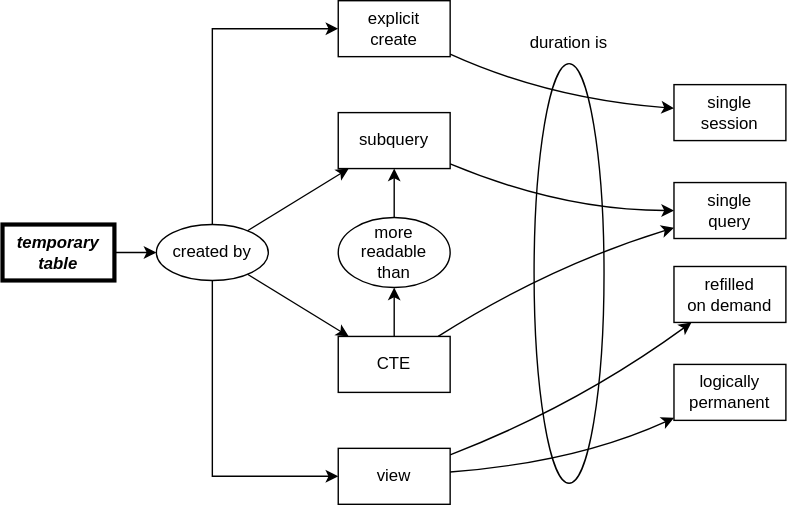
gvwilson/sql-tutorial keeps this draw.io diagram as docs/img/concept_map_temp.svg. Above is the earlier version. Source tidied: cells renumbered, new cells last; positions are measured from the earlier drawing's top-left corner, leaving out a move shared by most shapes.
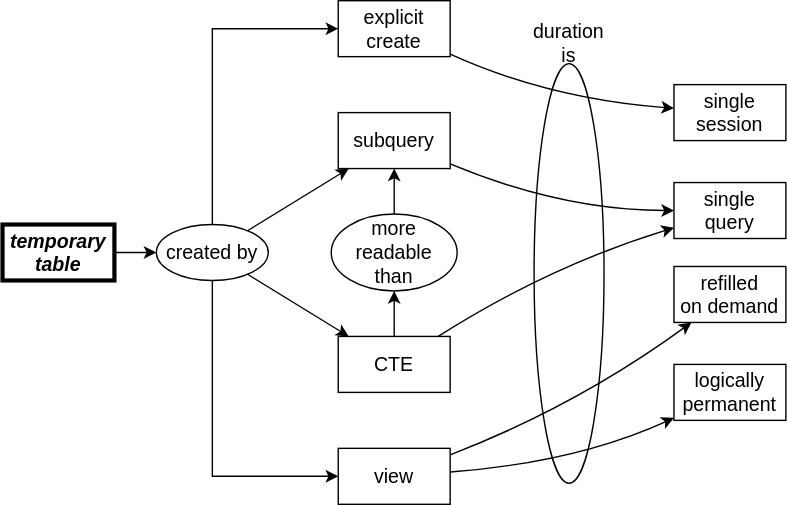
Above is the later version.

Change to the diagram source:
```diff
@@ -2,110 +2,110 @@
   <root>
     <mxCell id="0" />
     <mxCell id="1" parent="0" />
-    <mxCell id="2" value="CTE" style="rounded=0;whiteSpace=wrap;html=1;fillColor=none;fontFamily=Helvetica;" parent="1" vertex="1">
+    <mxCell id="2" value="CTE" style="rounded=0;whiteSpace=wrap;html=1;fillColor=none;fontFamily=Helvetica;fontSize=14;" parent="1" vertex="1">
       <mxGeometry x="240" y="240" width="80" height="40" as="geometry" />
     </mxCell>
-    <mxCell id="3" style="edgeStyle=orthogonalEdgeStyle;rounded=0;orthogonalLoop=1;jettySize=auto;html=1;exitX=0.5;exitY=1;exitDx=0;exitDy=0;fontFamily=Helvetica;" parent="1" edge="1" source="2" target="2">
+    <mxCell id="3" style="edgeStyle=orthogonalEdgeStyle;rounded=0;orthogonalLoop=1;jettySize=auto;html=1;exitX=0.5;exitY=1;exitDx=0;exitDy=0;fontFamily=Helvetica;fontSize=14;" parent="1" edge="1" source="2" target="2">
       <mxGeometry relative="1" as="geometry" />
     </mxCell>
-    <mxCell id="4" value="&lt;i&gt;&lt;b&gt;temporary&lt;br&gt;table&lt;/b&gt;&lt;/i&gt;" style="rounded=0;whiteSpace=wrap;html=1;fillColor=none;fontFamily=Helvetica;strokeWidth=3;" parent="1" vertex="1">
+    <mxCell id="4" value="&lt;i style=&quot;font-size: 14px;&quot;&gt;&lt;b style=&quot;font-size: 14px;&quot;&gt;temporary&lt;br style=&quot;font-size: 14px;&quot;&gt;table&lt;/b&gt;&lt;/i&gt;" style="rounded=0;whiteSpace=wrap;html=1;fillColor=none;fontFamily=Helvetica;strokeWidth=3;fontSize=14;" parent="1" vertex="1">
       <mxGeometry y="160" width="80" height="40" as="geometry" />
     </mxCell>
-    <mxCell id="5" value="created by" style="ellipse;whiteSpace=wrap;html=1;fillColor=none;fontFamily=Helvetica;" parent="1" vertex="1">
+    <mxCell id="5" value="created by" style="ellipse;whiteSpace=wrap;html=1;fillColor=none;fontFamily=Helvetica;fontSize=14;" parent="1" vertex="1">
       <mxGeometry x="110" y="160" width="80" height="40" as="geometry" />
     </mxCell>
-    <mxCell id="6" style="endArrow=classic;html=1;rounded=0;fontFamily=Helvetica;" parent="1" edge="1" source="4" target="5">
+    <mxCell id="6" style="endArrow=classic;html=1;rounded=0;fontFamily=Helvetica;fontSize=14;" parent="1" edge="1" source="4" target="5">
       <mxGeometry relative="1" as="geometry" />
     </mxCell>
-    <mxCell id="7" style="endArrow=classic;html=1;rounded=0;fontFamily=Helvetica;" parent="1" edge="1" source="5" target="2">
+    <mxCell id="7" style="endArrow=classic;html=1;rounded=0;fontFamily=Helvetica;fontSize=14;" parent="1" edge="1" source="5" target="2">
       <mxGeometry relative="1" as="geometry" />
     </mxCell>
-    <mxCell id="8" value="view" style="rounded=0;whiteSpace=wrap;html=1;fillColor=none;fontFamily=Helvetica;" parent="1" vertex="1">
+    <mxCell id="8" value="view" style="rounded=0;whiteSpace=wrap;html=1;fillColor=none;fontFamily=Helvetica;fontSize=14;" parent="1" vertex="1">
       <mxGeometry x="240" y="320" width="80" height="40" as="geometry" />
     </mxCell>
-    <mxCell id="9" value="explicit&lt;br&gt;create" style="rounded=0;whiteSpace=wrap;html=1;fillColor=none;fontFamily=Helvetica;" parent="1" vertex="1">
+    <mxCell id="9" value="explicit&lt;br style=&quot;font-size: 14px;&quot;&gt;create" style="rounded=0;whiteSpace=wrap;html=1;fillColor=none;fontFamily=Helvetica;fontSize=14;" parent="1" vertex="1">
       <mxGeometry x="240" width="80" height="40" as="geometry" />
     </mxCell>
-    <mxCell id="10" style="endArrow=classic;html=1;rounded=0;fontFamily=Helvetica;" parent="1" edge="1" source="5" target="8">
+    <mxCell id="10" style="endArrow=classic;html=1;rounded=0;fontFamily=Helvetica;fontSize=14;" parent="1" edge="1" source="5" target="8">
       <mxGeometry relative="1" as="geometry">
         <Array as="points">
           <mxPoint x="150" y="340" />
         </Array>
       </mxGeometry>
     </mxCell>
-    <mxCell id="11" style="endArrow=classic;html=1;rounded=0;fontFamily=Helvetica;" parent="1" edge="1" source="5" target="9">
+    <mxCell id="11" style="endArrow=classic;html=1;rounded=0;fontFamily=Helvetica;fontSize=14;" parent="1" edge="1" source="5" target="9">
       <mxGeometry relative="1" as="geometry">
         <Array as="points">
           <mxPoint x="150" y="20" />
         </Array>
       </mxGeometry>
     </mxCell>
-    <mxCell id="12" value="subquery" style="rounded=0;whiteSpace=wrap;html=1;fillColor=none;fontFamily=Helvetica;" parent="1" vertex="1">
+    <mxCell id="12" value="subquery" style="rounded=0;whiteSpace=wrap;html=1;fillColor=none;fontFamily=Helvetica;fontSize=14;" parent="1" vertex="1">
       <mxGeometry x="240" y="80" width="80" height="40" as="geometry" />
     </mxCell>
-    <mxCell id="13" style="endArrow=classic;html=1;rounded=0;fontFamily=Helvetica;" parent="1" edge="1" source="5" target="12">
+    <mxCell id="13" style="endArrow=classic;html=1;rounded=0;fontFamily=Helvetica;fontSize=14;" parent="1" edge="1" source="5" target="12">
       <mxGeometry relative="1" as="geometry" />
     </mxCell>
-    <mxCell id="14" value="more&lt;br&gt;readable&lt;br&gt;than" style="ellipse;whiteSpace=wrap;html=1;fillColor=none;fontFamily=Helvetica;" parent="1" vertex="1">
-      <mxGeometry x="240" y="155" width="80" height="50" as="geometry" />
+    <mxCell id="14" value="more&lt;br style=&quot;font-size: 14px;&quot;&gt;readable&lt;br style=&quot;font-size: 14px;&quot;&gt;than" style="ellipse;whiteSpace=wrap;html=1;fillColor=none;fontFamily=Helvetica;fontSize=14;" parent="1" vertex="1">
+      <mxGeometry x="235" y="152.5" width="90" height="55" as="geometry" />
     </mxCell>
-    <mxCell id="15" style="endArrow=classic;html=1;rounded=0;fontFamily=Helvetica;" parent="1" edge="1" source="2" target="14">
+    <mxCell id="15" style="endArrow=classic;html=1;rounded=0;fontFamily=Helvetica;fontSize=14;" parent="1" edge="1" source="2" target="14">
       <mxGeometry relative="1" as="geometry" />
     </mxCell>
-    <mxCell id="16" style="endArrow=classic;html=1;rounded=0;fontFamily=Helvetica;" parent="1" edge="1" source="14" target="12">
+    <mxCell id="16" style="endArrow=classic;html=1;rounded=0;fontFamily=Helvetica;fontSize=14;" parent="1" edge="1" source="14" target="12">
       <mxGeometry relative="1" as="geometry" />
     </mxCell>
-    <mxCell id="17" value="single&lt;br&gt;query" style="rounded=0;whiteSpace=wrap;html=1;fillColor=none;fontFamily=Helvetica;" parent="1" vertex="1">
+    <mxCell id="17" value="single&lt;br style=&quot;font-size: 14px;&quot;&gt;query" style="rounded=0;whiteSpace=wrap;html=1;fillColor=none;fontFamily=Helvetica;fontSize=14;" parent="1" vertex="1">
       <mxGeometry x="480" y="130" width="80" height="40" as="geometry" />
     </mxCell>
-    <mxCell id="18" value="single&lt;br&gt;session" style="rounded=0;whiteSpace=wrap;html=1;fillColor=none;fontFamily=Helvetica;" parent="1" vertex="1">
+    <mxCell id="18" value="single&lt;br style=&quot;font-size: 14px;&quot;&gt;session" style="rounded=0;whiteSpace=wrap;html=1;fillColor=none;fontFamily=Helvetica;fontSize=14;" parent="1" vertex="1">
       <mxGeometry x="480" y="60" width="80" height="40" as="geometry" />
     </mxCell>
-    <mxCell id="19" value="logically&lt;br&gt;permanent" style="rounded=0;whiteSpace=wrap;html=1;fillColor=none;fontFamily=Helvetica;" parent="1" vertex="1">
+    <mxCell id="19" value="logically&lt;br style=&quot;font-size: 14px;&quot;&gt;permanent" style="rounded=0;whiteSpace=wrap;html=1;fillColor=none;fontFamily=Helvetica;fontSize=14;" parent="1" vertex="1">
       <mxGeometry x="480" y="260" width="80" height="40" as="geometry" />
     </mxCell>
-    <mxCell id="20" value="refilled&lt;br&gt;on demand" style="rounded=0;whiteSpace=wrap;html=1;fillColor=none;fontFamily=Helvetica;" parent="1" vertex="1">
+    <mxCell id="20" value="refilled&lt;br style=&quot;font-size: 14px;&quot;&gt;on demand" style="rounded=0;whiteSpace=wrap;html=1;fillColor=none;fontFamily=Helvetica;fontSize=14;" parent="1" vertex="1">
       <mxGeometry x="480" y="190" width="80" height="40" as="geometry" />
     </mxCell>
-    <mxCell id="21" style="endArrow=classic;html=1;rounded=0;curved=1;" parent="1" edge="1" source="9" target="18">
+    <mxCell id="21" style="endArrow=classic;html=1;rounded=0;curved=1;fontSize=14;" parent="1" edge="1" source="9" target="18">
       <mxGeometry relative="1" as="geometry">
         <Array as="points">
           <mxPoint x="390" y="70" />
         </Array>
       </mxGeometry>
     </mxCell>
-    <mxCell id="22" style="endArrow=classic;html=1;rounded=0;curved=1;" parent="1" edge="1" source="8" target="19">
+    <mxCell id="22" style="endArrow=classic;html=1;rounded=0;curved=1;fontSize=14;" parent="1" edge="1" source="8" target="19">
       <mxGeometry relative="1" as="geometry">
         <Array as="points">
           <mxPoint x="410" y="330" />
         </Array>
       </mxGeometry>
     </mxCell>
-    <mxCell id="23" style="endArrow=classic;html=1;rounded=0;curved=1;" parent="1" edge="1" source="8" target="20">
+    <mxCell id="23" style="endArrow=classic;html=1;rounded=0;curved=1;fontSize=14;" parent="1" edge="1" source="8" target="20">
       <mxGeometry relative="1" as="geometry">
         <Array as="points">
           <mxPoint x="410" y="290" />
         </Array>
       </mxGeometry>
     </mxCell>
-    <mxCell id="24" style="endArrow=classic;html=1;rounded=0;curved=1;" parent="1" edge="1" source="2" target="17">
+    <mxCell id="24" style="endArrow=classic;html=1;rounded=0;curved=1;fontSize=14;" parent="1" edge="1" source="2" target="17">
       <mxGeometry relative="1" as="geometry">
         <Array as="points">
           <mxPoint x="390" y="190" />
         </Array>
       </mxGeometry>
     </mxCell>
-    <mxCell id="25" style="endArrow=classic;html=1;rounded=0;curved=1;" parent="1" edge="1" source="12" target="17">
+    <mxCell id="25" style="endArrow=classic;html=1;rounded=0;curved=1;fontSize=14;" parent="1" edge="1" source="12" target="17">
       <mxGeometry relative="1" as="geometry">
         <Array as="points">
           <mxPoint x="400" y="150" />
         </Array>
       </mxGeometry>
     </mxCell>
-    <mxCell id="26" style="ellipse;whiteSpace=wrap;html=1;fillColor=none;" parent="1" vertex="1">
+    <mxCell id="26" style="ellipse;whiteSpace=wrap;html=1;fillColor=none;fontSize=14;" parent="1" vertex="1">
       <mxGeometry x="380" y="45" width="50" height="300" as="geometry" />
     </mxCell>
-    <mxCell id="27" value="duration is" style="text;html=1;strokeColor=none;fillColor=none;align=center;verticalAlign=middle;whiteSpace=wrap;rounded=0;" parent="1" vertex="1">
+    <mxCell id="27" value="duration is" style="text;html=1;strokeColor=none;fillColor=none;align=center;verticalAlign=middle;whiteSpace=wrap;rounded=0;fontSize=14;" parent="1" vertex="1">
       <mxGeometry x="375" y="15" width="60" height="30" as="geometry" />
     </mxCell>
   </root>
```
